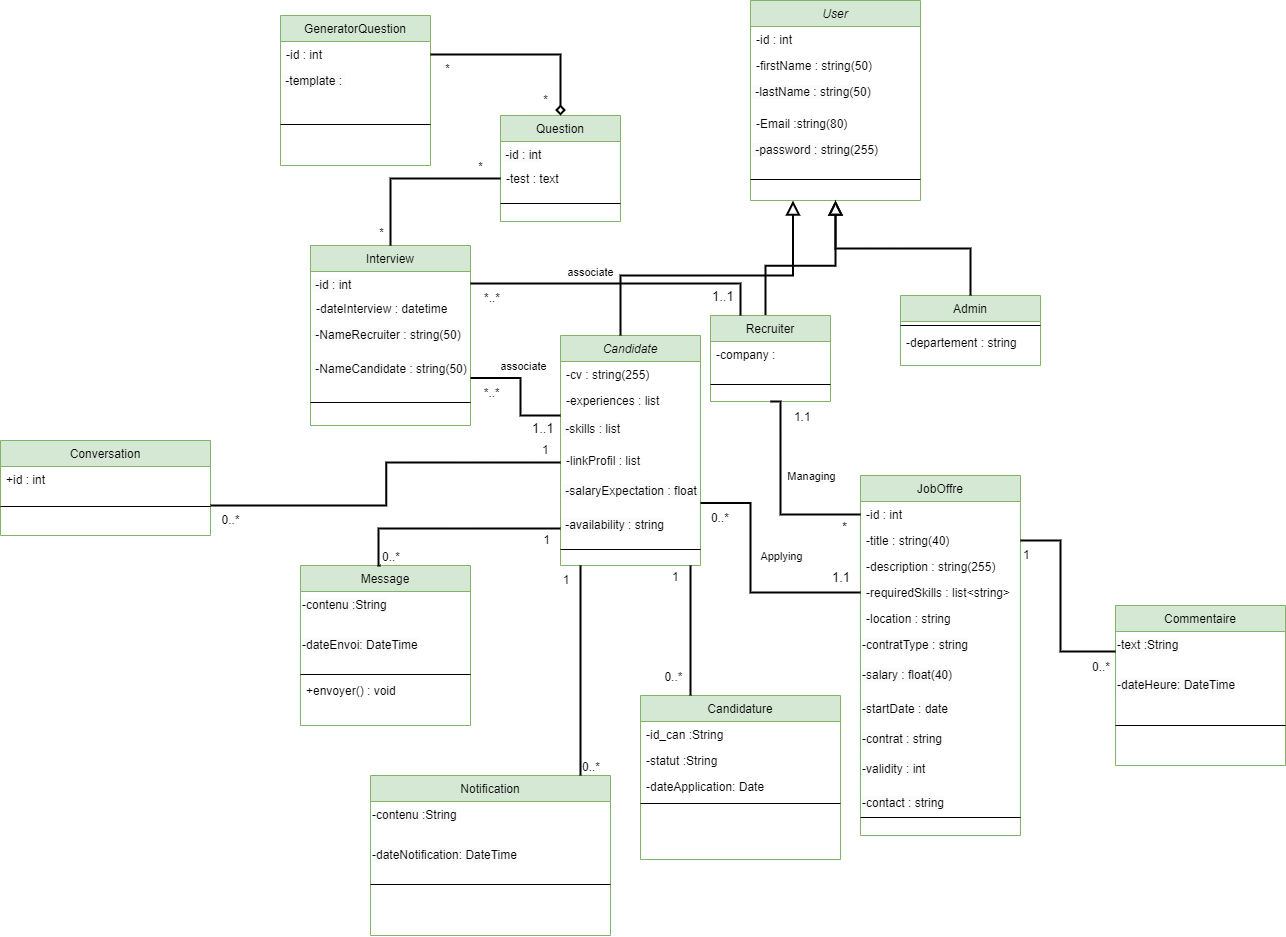
Earlier version of the draw.io export Diagramme class BD.drawio.png (chirine1/-project). Source tidied: cells renumbered, new cells last; positions are measured from the earlier drawing's top-left corner, leaving out a move shared by most shapes.
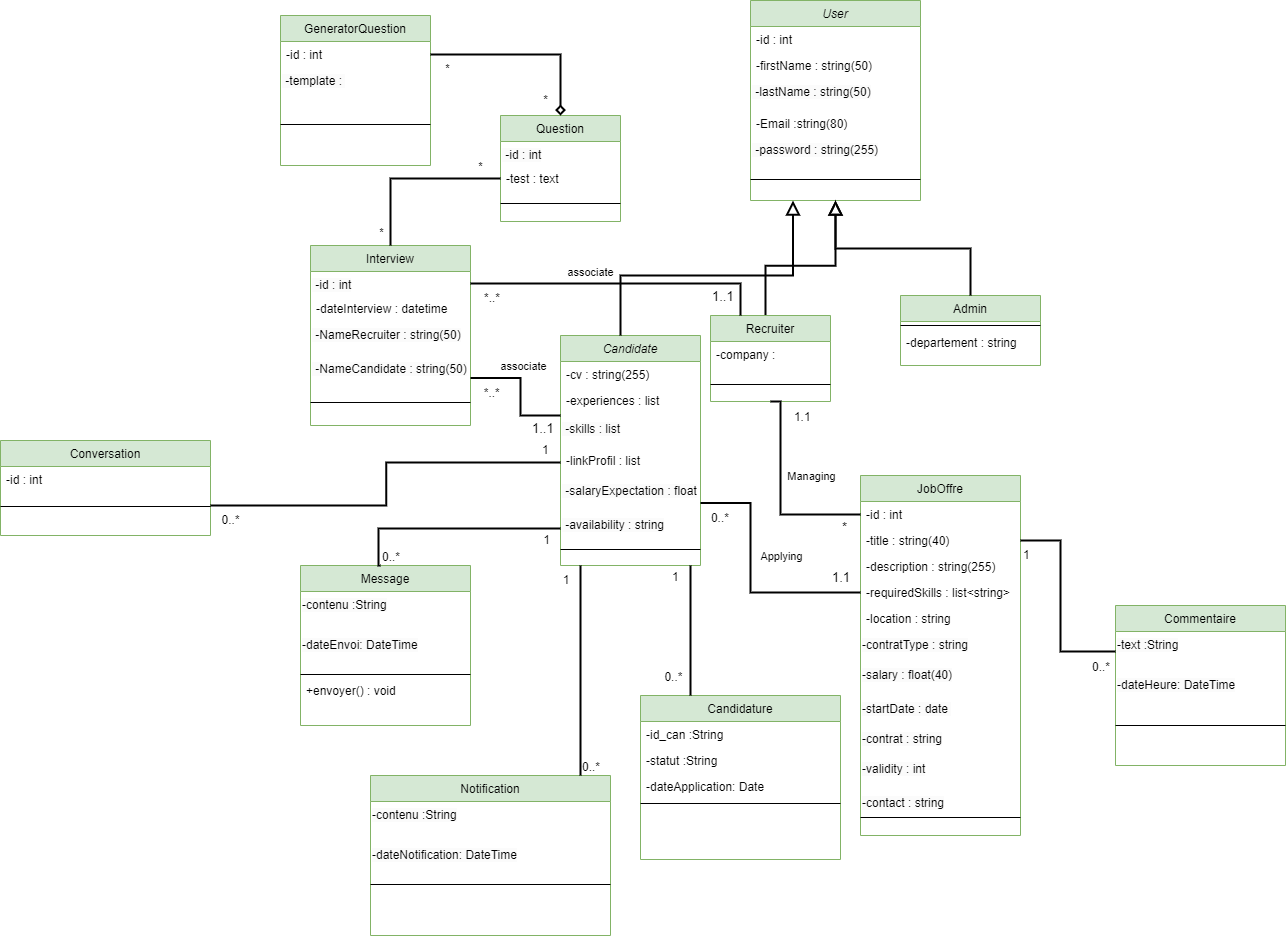
After the change.

Commit message:
Mettre à jour Diagramme class BD.drawio.png

Change to the diagram source:
```diff
@@ -281,7 +281,7 @@
     <mxCell id="75" value="Conversation" style="swimlane;fontStyle=0;align=center;verticalAlign=top;horizontal=1;startSize=26;rounded=0;shadow=0;strokeWidth=1;fillColor=#d5e8d4;strokeColor=#82b366;" parent="1" vertex="1">
       <mxGeometry y="440" width="210" height="95" as="geometry" />
     </mxCell>
-    <mxCell id="76" value="+id : int" style="text;align=left;verticalAlign=top;spacingLeft=4;spacingRight=4;overflow=hidden;" parent="75" vertex="1">
+    <mxCell id="76" value="-id : int" style="text;align=left;verticalAlign=top;spacingLeft=4;spacingRight=4;overflow=hidden;" parent="75" vertex="1">
       <mxGeometry y="26" width="210" height="26" as="geometry" />
     </mxCell>
     <mxCell id="77" style="line;html=1;strokeWidth=1;align=left;verticalAlign=middle;spacingTop=-1;spacingLeft=3;spacingRight=3;labelPosition=right;" parent="75" vertex="1">
```
